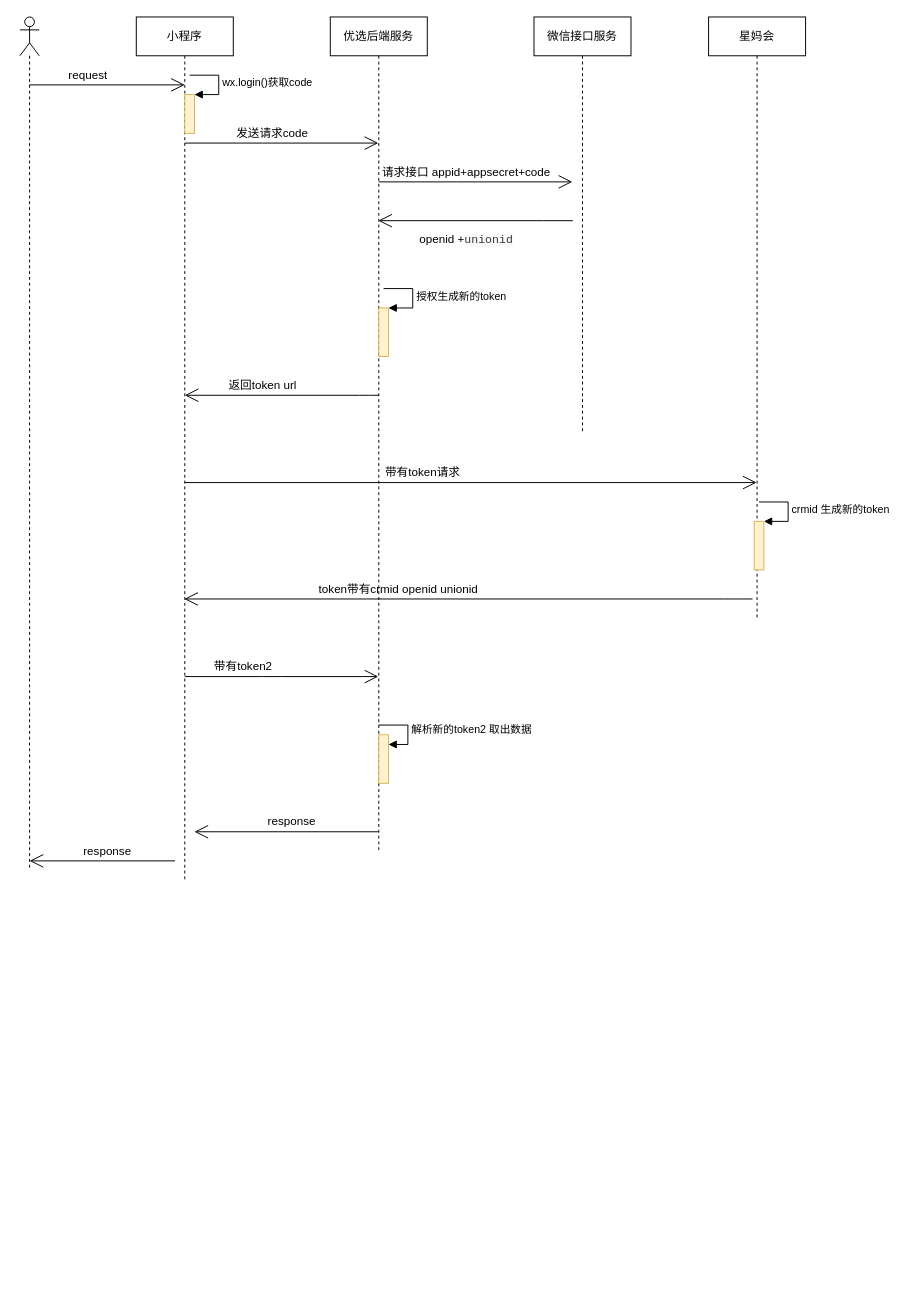
This is miniprojectuml.drawio from FocusZhouGD/drawprogram, a draw.io file, before an edit. Source tidied: cells renumbered, new cells numbered last; positions are measured from the earlier drawing's top-left corner, leaving out a move shared by most shapes. Both pictures are drawn from the tidied source at 97%, with x=0, y=0 at pixel (19, 16).
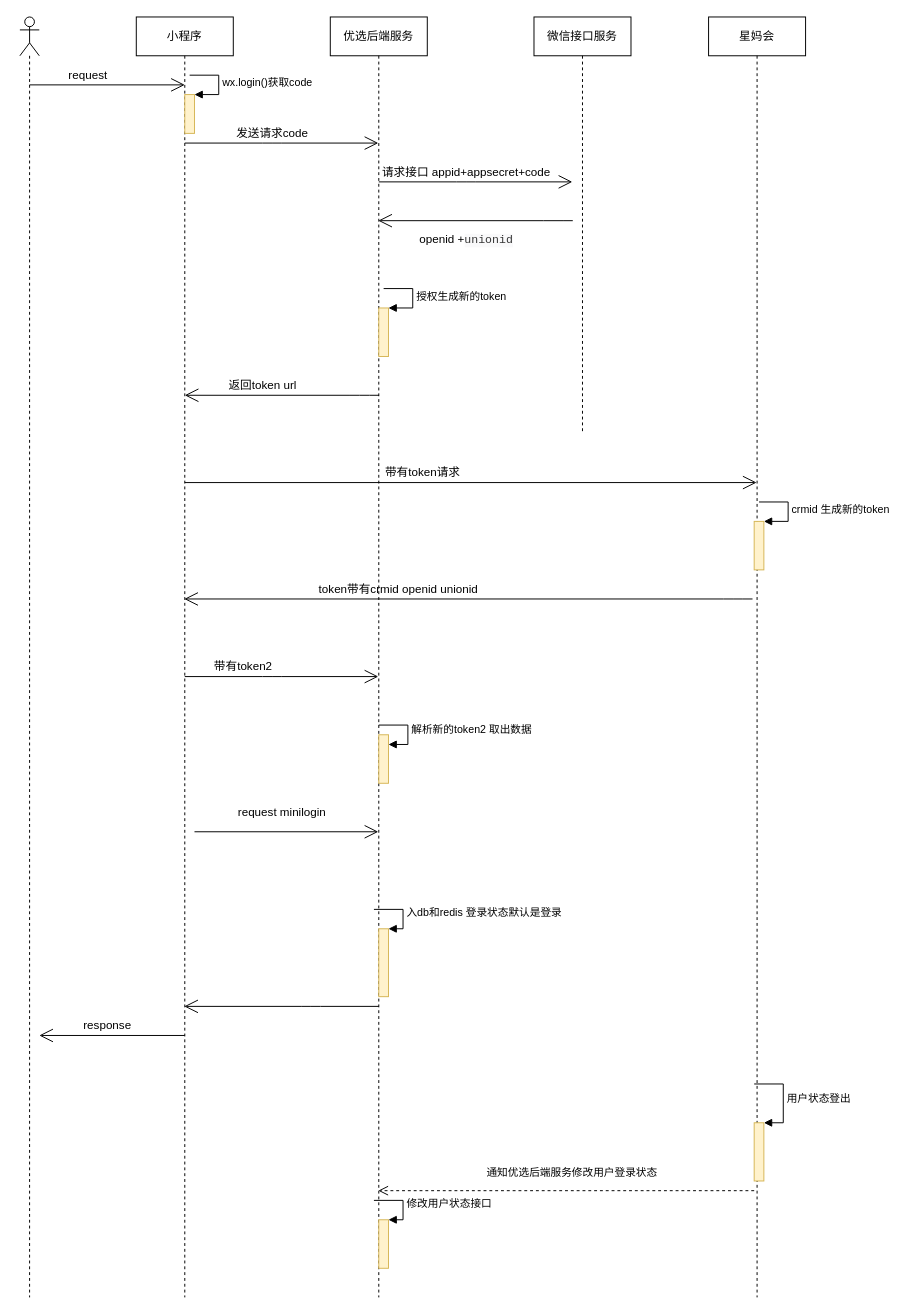
Above is the later version.

What changed in the source:
```diff
@@
     <mxCell id="2" style="shape=umlLifeline;participant=umlActor;perimeter=lifelinePerimeter;whiteSpace=wrap;html=1;verticalAlign=top;spacingTop=36;" parent="1" vertex="1">
-      <mxGeometry width="20" height="880" as="geometry" />
+      <mxGeometry width="20" height="1320" as="geometry" />
     </mxCell>
@@
     <mxCell id="4" value="优选后端服务" style="shape=umlLifeline;perimeter=lifelinePerimeter;whiteSpace=wrap;html=1;outlineConnect=0;" parent="1" vertex="1">
-      <mxGeometry x="320" width="100" height="860" as="geometry" />
+      <mxGeometry x="320" width="100" height="1320" as="geometry" />
     </mxCell>
+    <mxCell id="35" style="html=1;points=[];perimeter=orthogonalPerimeter;fillColor=#fff2cc;strokeColor=#d6b656;" parent="4" vertex="1">
+      <mxGeometry x="50" y="940" width="10" height="70" as="geometry" />
+    </mxCell>
+    <mxCell id="36" value="入db和redis 登录状态默认是登录" style="edgeStyle=orthogonalEdgeStyle;html=1;align=left;spacingLeft=2;endArrow=block;rounded=0;entryX=1;entryY=0;" parent="4" edge="1" target="35">
+      <mxGeometry relative="1" as="geometry">
+        <mxPoint x="45" y="920" as="sourcePoint" />
+        <Array as="points">
+          <mxPoint x="75" y="920" />
+        </Array>
+      </mxGeometry>
+    </mxCell>
+    <mxCell id="37" style="html=1;points=[];perimeter=orthogonalPerimeter;fillColor=#fff2cc;strokeColor=#d6b656;" parent="4" vertex="1">
+      <mxGeometry x="50" y="1240" width="10" height="50" as="geometry" />
+    </mxCell>
+    <mxCell id="38" value="修改用户状态接口" style="edgeStyle=orthogonalEdgeStyle;html=1;align=left;spacingLeft=2;endArrow=block;rounded=0;entryX=1;entryY=0;" parent="4" edge="1" target="37">
+      <mxGeometry relative="1" as="geometry">
+        <mxPoint x="45" y="1220" as="sourcePoint" />
+        <Array as="points">
+          <mxPoint x="75" y="1220" />
+        </Array>
+      </mxGeometry>
+    </mxCell>
     <mxCell id="5" value="小程序" style="shape=umlLifeline;perimeter=lifelinePerimeter;whiteSpace=wrap;html=1;outlineConnect=0;" parent="1" vertex="1">
-      <mxGeometry x="120" width="100" height="890" as="geometry" />
+      <mxGeometry x="120" width="100" height="1320" as="geometry" />
     </mxCell>
@@
     <mxCell id="19" value="星妈会" style="shape=umlLifeline;perimeter=lifelinePerimeter;whiteSpace=wrap;html=1;outlineConnect=0;" parent="1" vertex="1">
-      <mxGeometry x="710" width="100" height="620" as="geometry" />
+      <mxGeometry x="710" width="100" height="1320" as="geometry" />
     </mxCell>
@@
+    <mxCell id="39" style="html=1;points=[];perimeter=orthogonalPerimeter;fillColor=#fff2cc;strokeColor=#d6b656;" parent="19" vertex="1">
+      <mxGeometry x="47" y="1140" width="10" height="60" as="geometry" />
+    </mxCell>
+    <mxCell id="40" value="用户状态登出" style="edgeStyle=orthogonalEdgeStyle;html=1;align=left;spacingLeft=2;endArrow=block;rounded=0;entryX=1;entryY=0;" parent="19" edge="1" target="39">
+      <mxGeometry relative="1" as="geometry">
+        <mxPoint x="47" y="1100" as="sourcePoint" />
+        <Array as="points">
+          <mxPoint x="77" y="1100" />
+        </Array>
+      </mxGeometry>
+    </mxCell>
@@
-    <mxCell id="30" style="endArrow=open;endFill=1;endSize=12;html=1;" parent="1" edge="1" source="4">
+    <mxCell id="30" style="endArrow=open;endFill=1;endSize=12;html=1;" parent="1" edge="1" target="4">
       <mxGeometry relative="1" as="geometry">
-        <mxPoint x="180" y="840" as="targetPoint" />
+        <mxPoint x="180" y="840" as="sourcePoint" />
       </mxGeometry>
     </mxCell>
     <mxCell id="31" style="endArrow=open;endFill=1;endSize=12;html=1;" parent="1" edge="1">
       <mxGeometry relative="1" as="geometry">
-        <mxPoint x="160" y="870" as="sourcePoint" />
-        <mxPoint x="10" y="870" as="targetPoint" />
+        <mxPoint x="170" y="1050" as="sourcePoint" />
+        <mxPoint x="20" y="1050" as="targetPoint" />
       </mxGeometry>
     </mxCell>
-    <mxCell id="32" value="response" style="text;html=1;align=center;verticalAlign=middle;strokeColor=none;" parent="1" vertex="1">
-      <mxGeometry x="250" y="820" width="60" height="20" as="geometry" />
-    </mxCell>
@@
     <mxCell id="34" value="response" style="text;html=1;align=center;verticalAlign=middle;strokeColor=none;" parent="1" vertex="1">
-      <mxGeometry x="60" y="850" width="60" height="20" as="geometry" />
+      <mxGeometry x="60" y="1030" width="60" height="20" as="geometry" />
     </mxCell>
+    <mxCell id="41" value="request minilogin" style="text;html=1;align=center;verticalAlign=middle;strokeColor=none;" parent="1" vertex="1">
+      <mxGeometry x="215" y="810" width="110" height="20" as="geometry" />
+    </mxCell>
+    <mxCell id="42" style="endArrow=open;endFill=1;endSize=12;html=1;" parent="1" edge="1" target="5">
+      <mxGeometry relative="1" as="geometry">
+        <mxPoint x="370" y="1020" as="sourcePoint" />
+        <Array as="points">
+          <mxPoint x="300" y="1020" />
+        </Array>
+      </mxGeometry>
+    </mxCell>
+    <mxCell id="43" value="通知优选后端服务修改用户登录状态" style="html=1;verticalAlign=bottom;endArrow=open;dashed=1;endSize=8;" parent="1" edge="1" target="4">
+      <mxGeometry x="-0.03" y="-10" relative="1" as="geometry">
+        <mxPoint x="757" y="1210" as="sourcePoint" />
+      </mxGeometry>
+    </mxCell>
```
